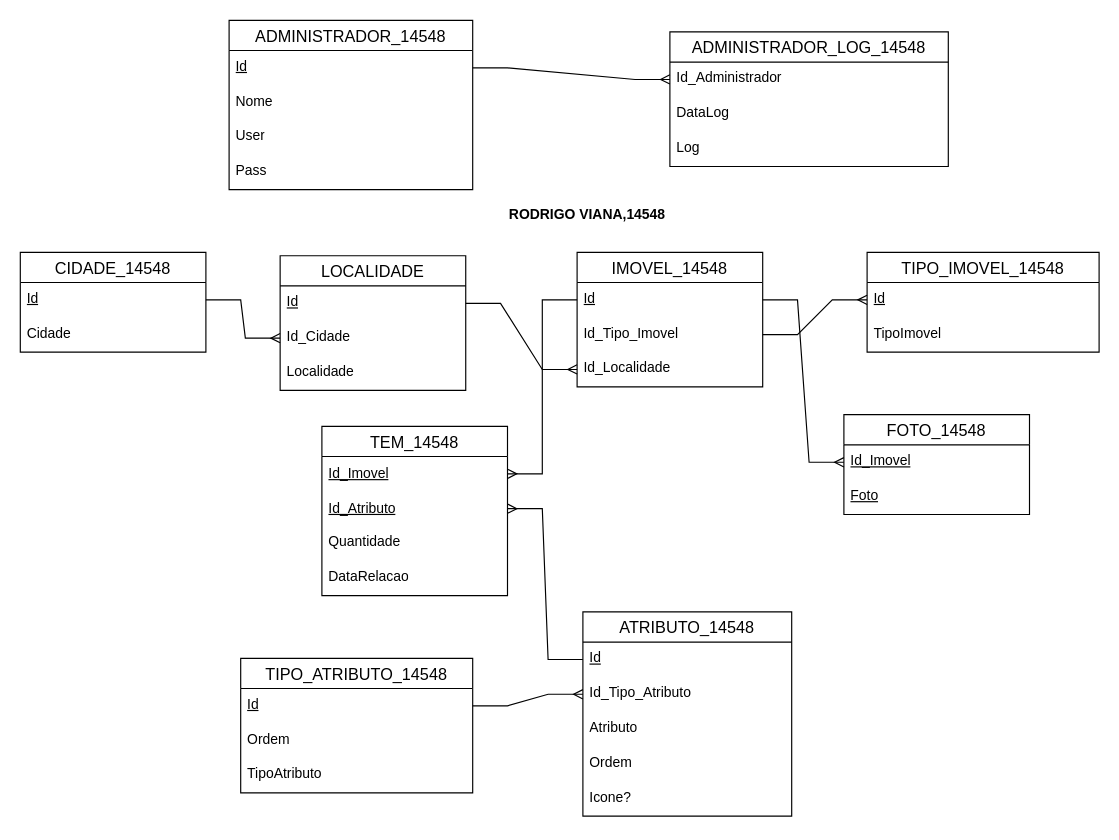
The draw.io diagram 2P-PROG-UFCD-0811-TRABALHO1-14548.drawio in rpviana/Diagramas, before the edit. Source tidied: cells renumbered, new cells numbered last; positions are measured from the earlier drawing's top-left corner, leaving out a move shared by most shapes. Both pictures are drawn from the tidied source at 116%, with x=0, y=0 at pixel (20, 20).
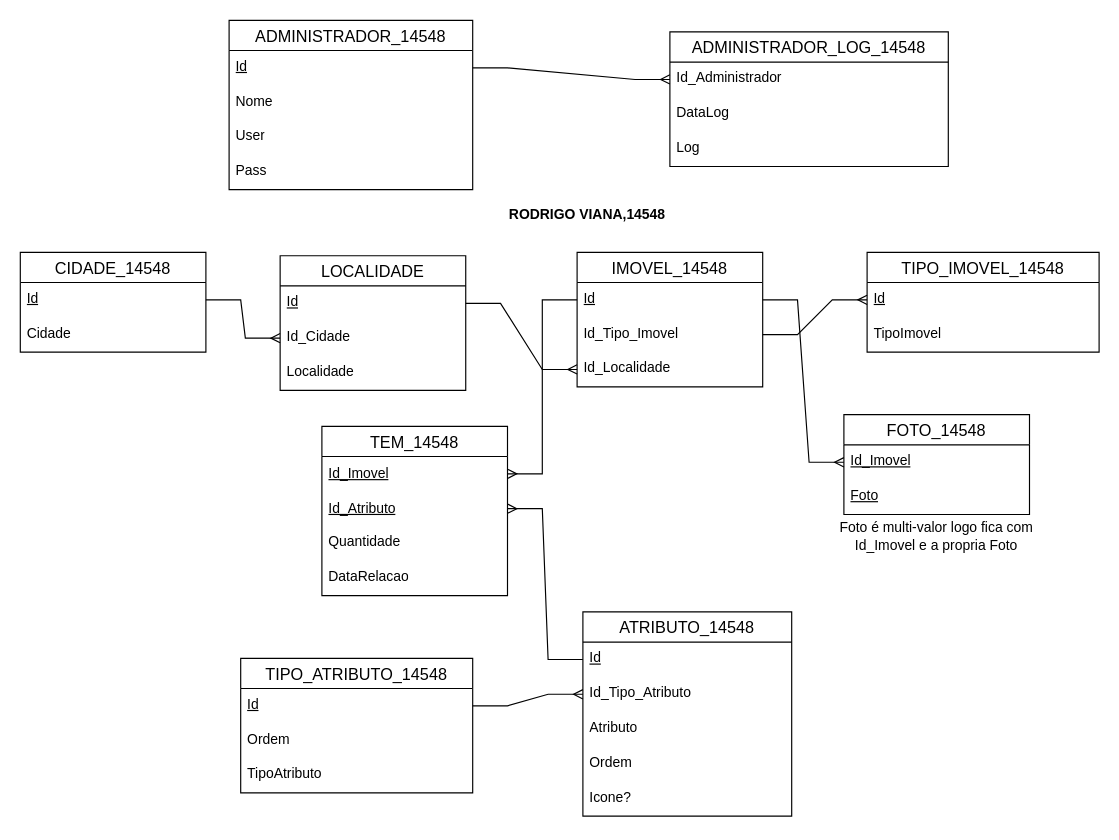
The same page after the edit.

Change to the diagram source:
```diff
@@
+    <mxCell id="52" value="Foto é multi-valor logo fica com Id_Imovel e a propria Foto" style="text;html=1;align=center;verticalAlign=middle;whiteSpace=wrap;rounded=0;" parent="1" vertex="1">
+      <mxGeometry x="690" y="430" width="200" height="30" as="geometry" />
+    </mxCell>
```
